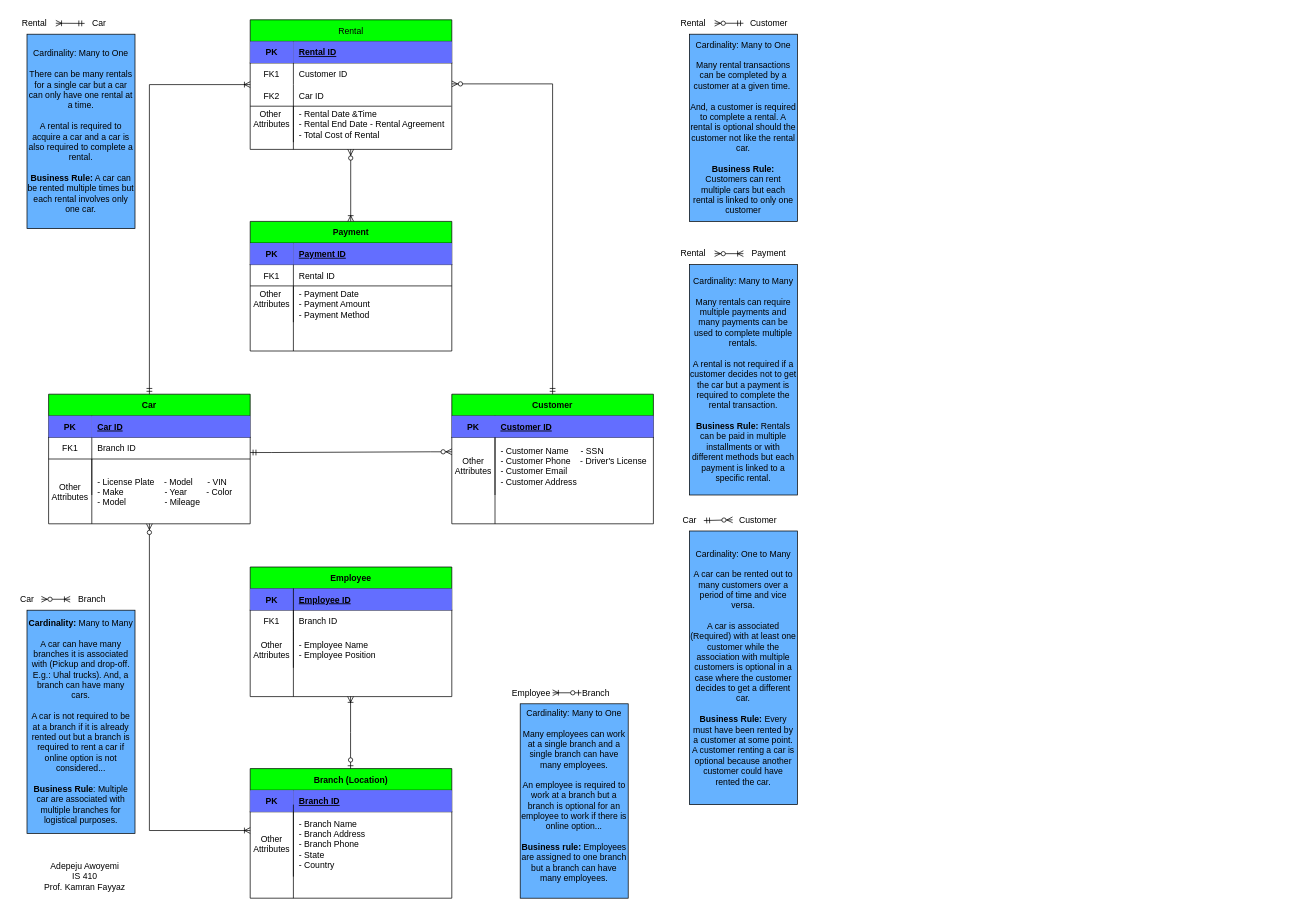
This is Car Rental EERD.drawio from aawoyemi142/ERD, a draw.io file, before an edit. Source tidied: cells renumbered, new cells numbered last; positions are measured from the earlier drawing's top-left corner, leaving out a move shared by most shapes. Both pictures are drawn from the tidied source at 72%, with x=0, y=0 at pixel (12, 12).
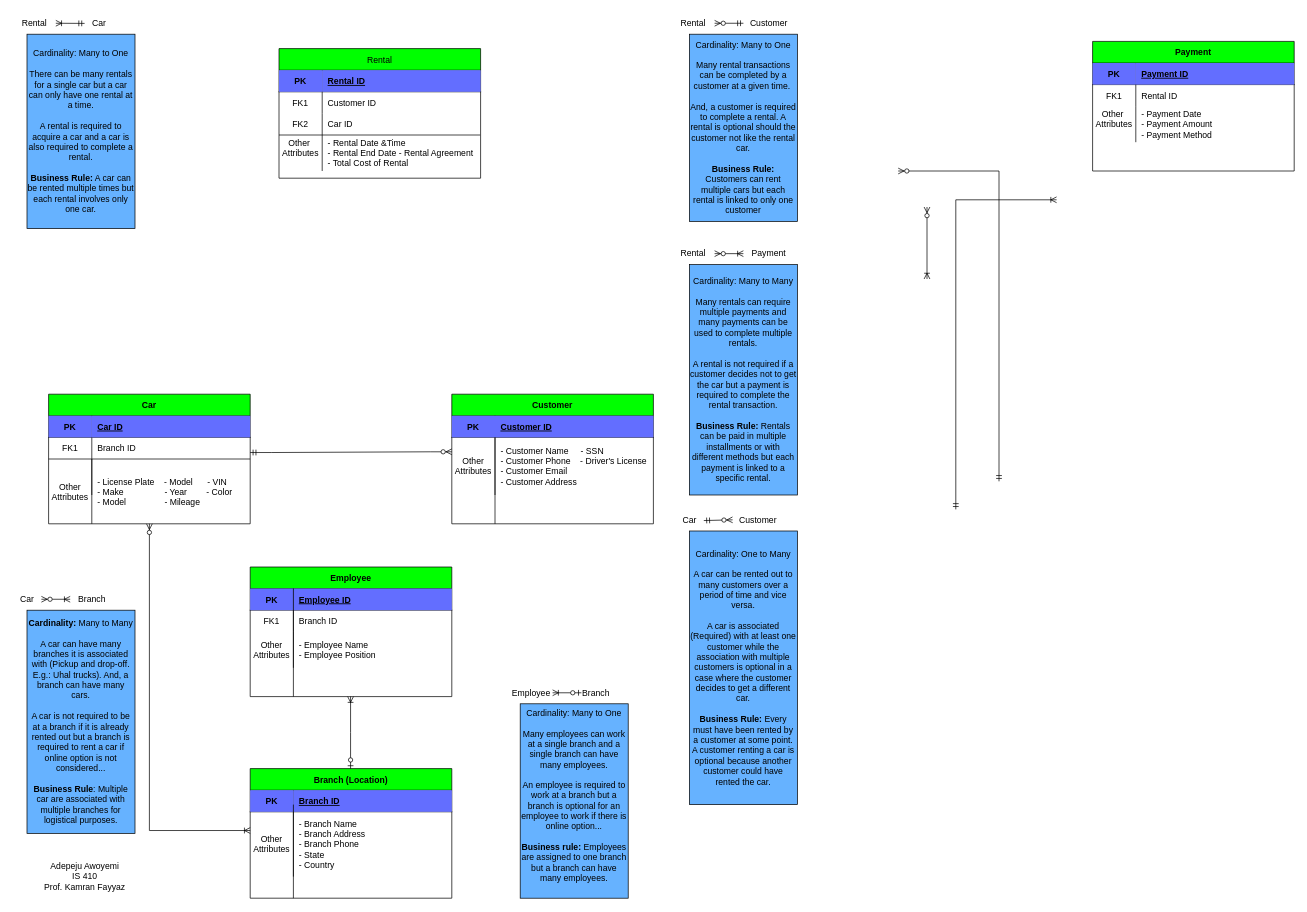
The same diagram, later.

The change refers to these unchanged cells:
```xml
<mxCell id="19" value="Car" style="shape=table;startSize=30;childLayout=tableLayout;rowLines=0;fontStyle=1;align=center;fillColor=#00FF00;" parent="1" vertex="1">
  <mxGeometry x="50" y="530" width="280" height="180" as="geometry" />
</mxCell>
```

What changed in the source:
```diff
@@
     <mxCell id="29" value="Rental" style="shape=table;startSize=30;childLayout=tableLayout;rowLines=0;fontStyle=0;align=center;fillColor=#00FF00;" parent="1" vertex="1">
-      <mxGeometry x="330" y="10" width="280" height="180" as="geometry" />
+      <mxGeometry x="370" y="50" width="280" height="180" as="geometry" />
     </mxCell>
@@
     <mxCell id="50" value="Payment" style="shape=table;startSize=30;childLayout=tableLayout;rowLines=0;fontStyle=1;align=center;fillColor=#00FF00;" parent="1" vertex="1">
-      <mxGeometry x="330" y="290" width="280" height="180" as="geometry" />
+      <mxGeometry x="1500" y="40" width="280" height="180" as="geometry" />
     </mxCell>
@@
-    <mxCell id="60" style="fontSize=12;html=1;endArrow=ERoneToMany;startArrow=ERmandOne;rounded=0;jumpStyle=line;elbow=vertical;exitX=0.5;exitY=0;exitDx=0;exitDy=0;" parent="1" edge="1" source="19">
+    <mxCell id="60" style="fontSize=12;html=1;endArrow=ERoneToMany;startArrow=ERmandOne;rounded=0;jumpStyle=line;elbow=vertical;exitX=0.5;exitY=0;exitDx=0;exitDy=0;" parent="1" edge="1">
       <mxGeometry relative="1" as="geometry">
-        <mxPoint x="330" y="100" as="targetPoint" />
+        <mxPoint x="1310" y="690" as="sourcePoint" />
+        <mxPoint x="1450" y="260" as="targetPoint" />
         <Array as="points">
-          <mxPoint x="190" y="230" />
-          <mxPoint x="190" y="100" />
+          <mxPoint x="1310" y="390" />
+          <mxPoint x="1310" y="320" />
+          <mxPoint x="1310" y="260" />
         </Array>
       </mxGeometry>
     </mxCell>
@@
     <mxCell id="62" style="edgeStyle=elbowEdgeStyle;fontSize=12;html=1;endArrow=ERzeroToMany;startArrow=ERmandOne;rounded=0;" parent="1" edge="1">
       <mxGeometry relative="1" as="geometry">
-        <mxPoint x="750" y="530" as="sourcePoint" />
-        <mxPoint x="610" y="99" as="targetPoint" />
+        <mxPoint x="1370" y="651" as="sourcePoint" />
+        <mxPoint x="1230" y="220" as="targetPoint" />
         <Array as="points">
-          <mxPoint x="750" y="310" />
+          <mxPoint x="1370" y="431" />
         </Array>
       </mxGeometry>
     </mxCell>
@@
-    <mxCell id="64" style="endArrow=none;html=1;rounded=0;" parent="1" edge="1">
-      <mxGeometry relative="1" as="geometry">
-        <mxPoint x="330" y="379.6" as="sourcePoint" />
-        <mxPoint x="610" y="379.6" as="targetPoint" />
-      </mxGeometry>
-    </mxCell>
@@
-    <mxCell id="67" style="endArrow=none;html=1;rounded=0;" parent="1" edge="1">
-      <mxGeometry relative="1" as="geometry">
-        <mxPoint x="390" y="190" as="sourcePoint" />
-        <mxPoint x="390" y="130" as="targetPoint" />
-        <Array as="points">
-          <mxPoint x="390" y="160" />
-        </Array>
-      </mxGeometry>
-    </mxCell>
-    <mxCell id="68" style="endArrow=none;html=1;rounded=0;" parent="1" edge="1">
-      <mxGeometry relative="1" as="geometry">
-        <mxPoint x="390" y="470" as="sourcePoint" />
-        <mxPoint x="390" y="380" as="targetPoint" />
-      </mxGeometry>
-    </mxCell>
@@
     <mxCell id="70" style="fontSize=12;html=1;endArrow=ERoneToMany;startArrow=ERzeroToMany;rounded=0;" parent="1" edge="1">
       <mxGeometry relative="1" as="geometry">
-        <mxPoint x="469.6" y="190" as="sourcePoint" />
-        <mxPoint x="469.6" y="290" as="targetPoint" />
+        <mxPoint x="1270" y="270" as="sourcePoint" />
+        <mxPoint x="1270" y="370" as="targetPoint" />
       </mxGeometry>
     </mxCell>
```
